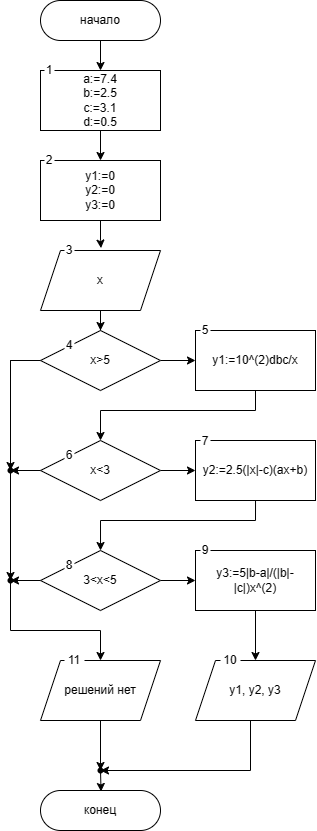
This is Диаграмма без названия.drawio.png from H33MP/rsue, a draw.io export, as it was before one commit. Source tidied: cells renumbered, new cells last; positions are measured from the earlier drawing's top-left corner, leaving out a move shared by most shapes.
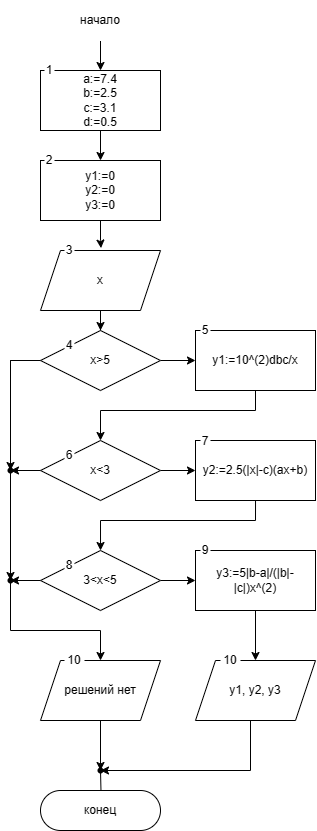
After the change.

What changed in the source:
```diff
@@ -5,7 +5,7 @@
     <mxCell id="2" style="edgeStyle=orthogonalEdgeStyle;rounded=0;jettySize=auto;html=1;" parent="1" edge="1" source="3" target="5">
       <mxGeometry relative="1" as="geometry" />
     </mxCell>
-    <mxCell id="3" value="начало" style="rounded=1;whiteSpace=wrap;html=1;arcSize=50;" parent="1" vertex="1">
+    <mxCell id="3" value="начало" style="rounded=1;whiteSpace=wrap;html=1;arcSize=50;strokeColor=#FFFFFF;fillColor=none;" parent="1" vertex="1">
       <mxGeometry x="40" width="120" height="40" as="geometry" />
     </mxCell>
     <mxCell id="4" style="edgeStyle=orthogonalEdgeStyle;rounded=0;jettySize=auto;html=1;" parent="1" edge="1" source="5" target="35">
@@ -164,7 +164,7 @@
     <mxCell id="46" value="10" style="text;html=1;strokeColor=none;fillColor=default;align=center;verticalAlign=middle;whiteSpace=wrap;rounded=0;" parent="1" vertex="1">
       <mxGeometry x="220" y="655" width="20" height="10" as="geometry" />
     </mxCell>
-    <mxCell id="47" value="11" style="text;html=1;strokeColor=none;fillColor=default;align=center;verticalAlign=middle;whiteSpace=wrap;rounded=0;" parent="1" vertex="1">
+    <mxCell id="47" value="10" style="text;html=1;strokeColor=none;fillColor=default;align=center;verticalAlign=middle;whiteSpace=wrap;rounded=0;" parent="1" vertex="1">
       <mxGeometry x="64" y="655" width="20" height="10" as="geometry" />
     </mxCell>
   </root>
```
